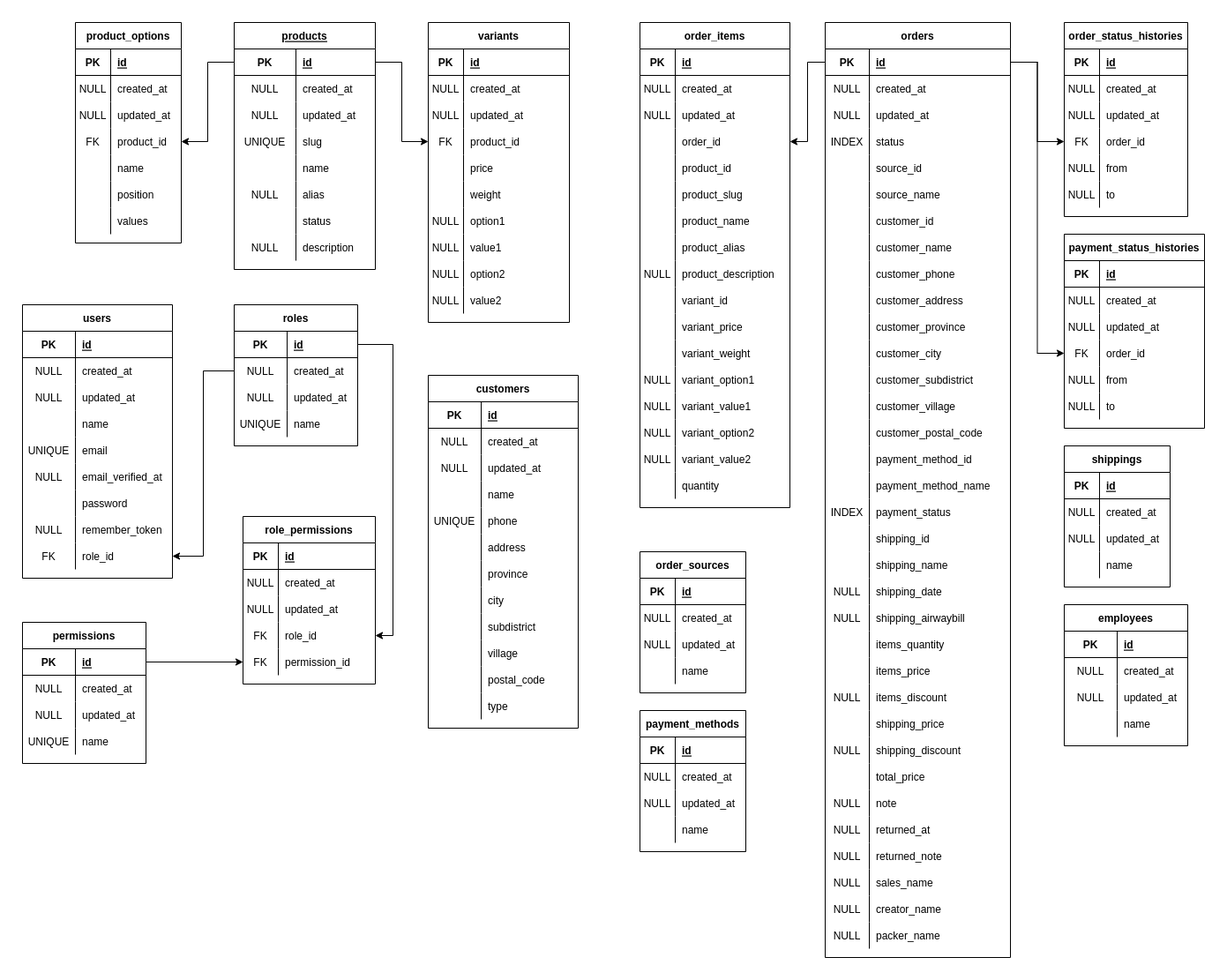
asrafilll/order-management keeps this draw.io diagram as docs/database-design.png. Above is the earlier version. Source tidied: cells renumbered, new cells last; positions are measured from the earlier drawing's top-left corner, leaving out a move shared by most shapes.
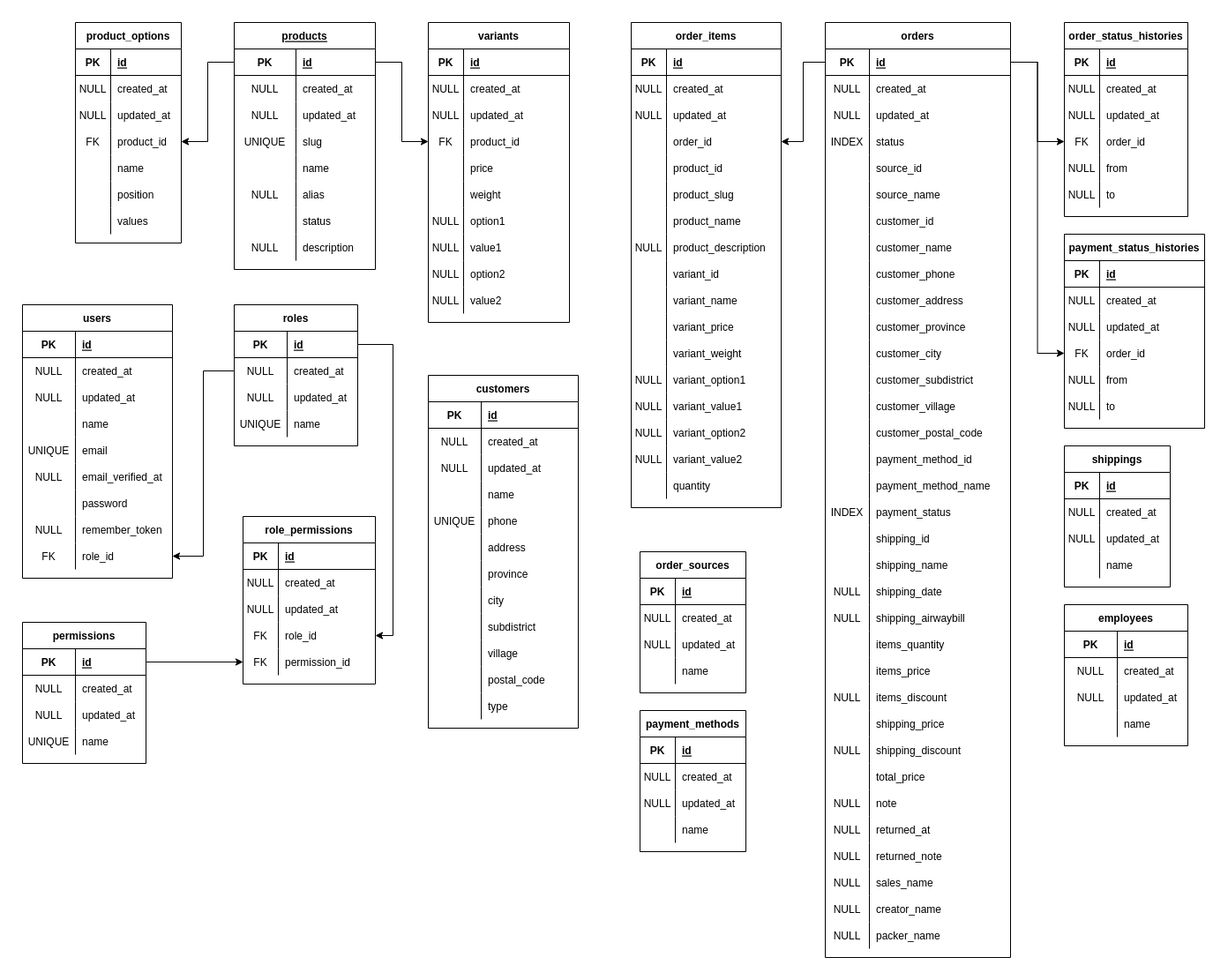
After the commit.

What changed in the source:
```diff
@@ -1041,7 +1041,7 @@
       <mxGeometry relative="1" as="geometry" />
     </mxCell>
     <mxCell id="348" value="order_items" style="shape=table;startSize=30;rowLines=0;fontStyle=1;align=center;" parent="1" vertex="1">
-      <mxGeometry x="700" width="170" height="550" as="geometry" />
+      <mxGeometry x="690" width="170" height="550" as="geometry" />
     </mxCell>
     <mxCell id="349" style="shape=tableRow;horizontal=0;startSize=0;swimlaneHead=0;swimlaneBody=0;fillColor=none;top=0;left=0;right=0;bottom=1;" parent="348" vertex="1">
       <mxGeometry y="30" width="170" height="30" as="geometry" />
@@ -1106,17 +1106,8 @@
     <mxCell id="369" value="product_name" style="shape=partialRectangle;fillColor=none;top=0;left=0;bottom=0;right=0;align=left;spacingLeft=6;overflow=hidden;" parent="367" vertex="1">
       <mxGeometry x="40" width="130" height="30" as="geometry" />
     </mxCell>
-    <mxCell id="370" style="shape=tableRow;horizontal=0;startSize=0;swimlaneHead=0;swimlaneBody=0;fillColor=none;top=0;left=0;right=0;bottom=0;" parent="348" vertex="1">
-      <mxGeometry y="240" width="170" height="30" as="geometry" />
-    </mxCell>
-    <mxCell id="371" style="shape=partialRectangle;fillColor=none;top=0;left=0;bottom=0;right=0;overflow=hidden;" parent="370" vertex="1">
-      <mxGeometry width="40" height="30" as="geometry" />
-    </mxCell>
-    <mxCell id="372" value="product_alias" style="shape=partialRectangle;fillColor=none;top=0;left=0;bottom=0;right=0;align=left;spacingLeft=6;overflow=hidden;" parent="370" vertex="1">
-      <mxGeometry x="40" width="130" height="30" as="geometry" />
-    </mxCell>
     <mxCell id="373" style="shape=tableRow;horizontal=0;startSize=0;swimlaneHead=0;swimlaneBody=0;fillColor=none;top=0;left=0;right=0;bottom=0;" parent="348" vertex="1">
-      <mxGeometry y="270" width="170" height="30" as="geometry" />
+      <mxGeometry y="240" width="170" height="30" as="geometry" />
     </mxCell>
     <mxCell id="374" value="NULL" style="shape=partialRectangle;fillColor=none;top=0;left=0;bottom=0;right=0;overflow=hidden;" parent="373" vertex="1">
       <mxGeometry width="40" height="30" as="geometry" />
@@ -1125,7 +1116,7 @@
       <mxGeometry x="40" width="130" height="30" as="geometry" />
     </mxCell>
     <mxCell id="376" style="shape=tableRow;horizontal=0;startSize=0;swimlaneHead=0;swimlaneBody=0;fillColor=none;top=0;left=0;right=0;bottom=0;" parent="348" vertex="1">
-      <mxGeometry y="300" width="170" height="30" as="geometry" />
+      <mxGeometry y="270" width="170" height="30" as="geometry" />
     </mxCell>
     <mxCell id="377" style="shape=partialRectangle;fillColor=none;top=0;left=0;bottom=0;right=0;overflow=hidden;" parent="376" vertex="1">
       <mxGeometry width="40" height="30" as="geometry" />
@@ -1133,6 +1124,15 @@
     <mxCell id="378" value="variant_id" style="shape=partialRectangle;fillColor=none;top=0;left=0;bottom=0;right=0;align=left;spacingLeft=6;overflow=hidden;" parent="376" vertex="1">
       <mxGeometry x="40" width="130" height="30" as="geometry" />
     </mxCell>
+    <mxCell id="440" style="shape=tableRow;horizontal=0;startSize=0;swimlaneHead=0;swimlaneBody=0;fillColor=none;top=0;left=0;right=0;bottom=0;" parent="348" vertex="1">
+      <mxGeometry y="300" width="170" height="30" as="geometry" />
+    </mxCell>
+    <mxCell id="371" style="shape=partialRectangle;fillColor=none;top=0;left=0;bottom=0;right=0;overflow=hidden;" parent="440" vertex="1">
+      <mxGeometry width="40" height="30" as="geometry" />
+    </mxCell>
+    <mxCell id="441" value="variant_name" style="shape=partialRectangle;fillColor=none;top=0;left=0;bottom=0;right=0;align=left;spacingLeft=6;overflow=hidden;" parent="440" vertex="1">
+      <mxGeometry x="40" width="130" height="30" as="geometry" />
+    </mxCell>
     <mxCell id="379" style="shape=tableRow;horizontal=0;startSize=0;swimlaneHead=0;swimlaneBody=0;fillColor=none;top=0;left=0;right=0;bottom=0;" parent="348" vertex="1">
       <mxGeometry y="330" width="170" height="30" as="geometry" />
     </mxCell>
```
